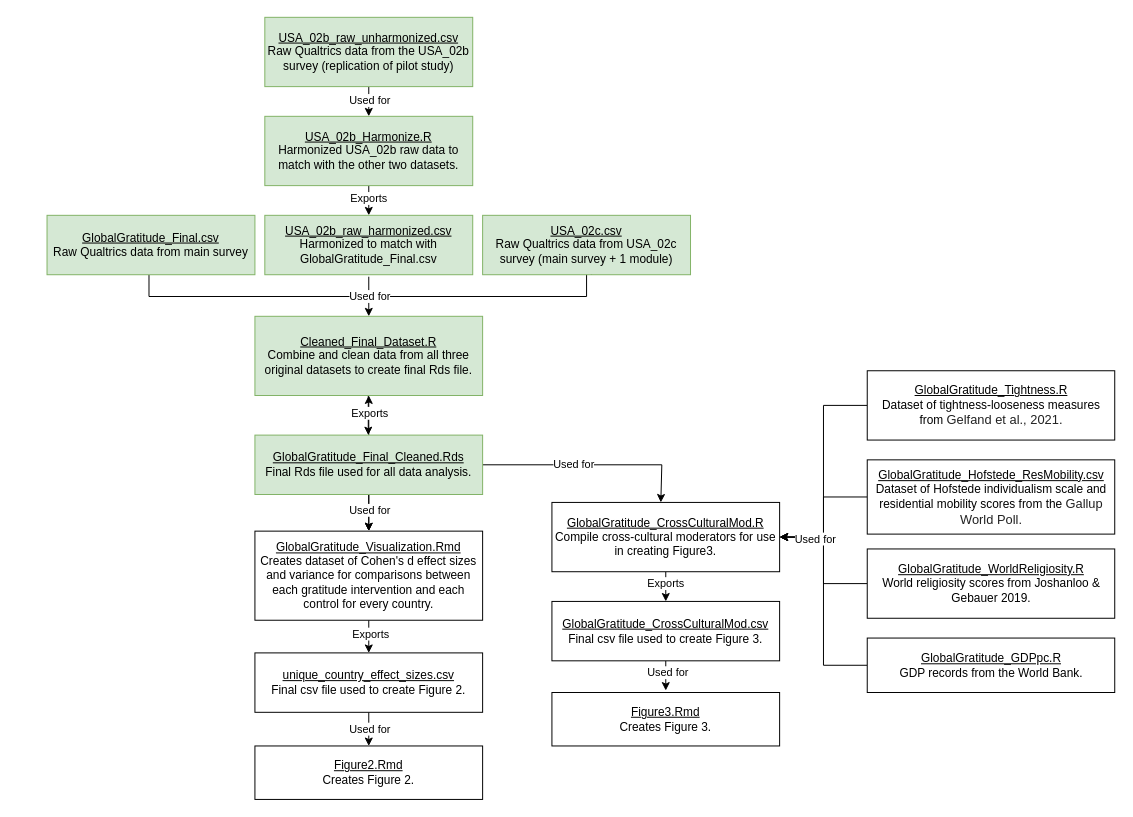
The draw.io diagram figures/GlobalGratitude_DataOrganization.drawio in Social-Science-Collaboratory/GlobalGratitudeRepo, before the edit. Source tidied: cells renumbered, new cells numbered last; positions are measured from the earlier drawing's top-left corner, leaving out a move shared by most shapes. Both pictures are drawn from the tidied source at 99%, with x=0, y=0 at pixel (47, 17).
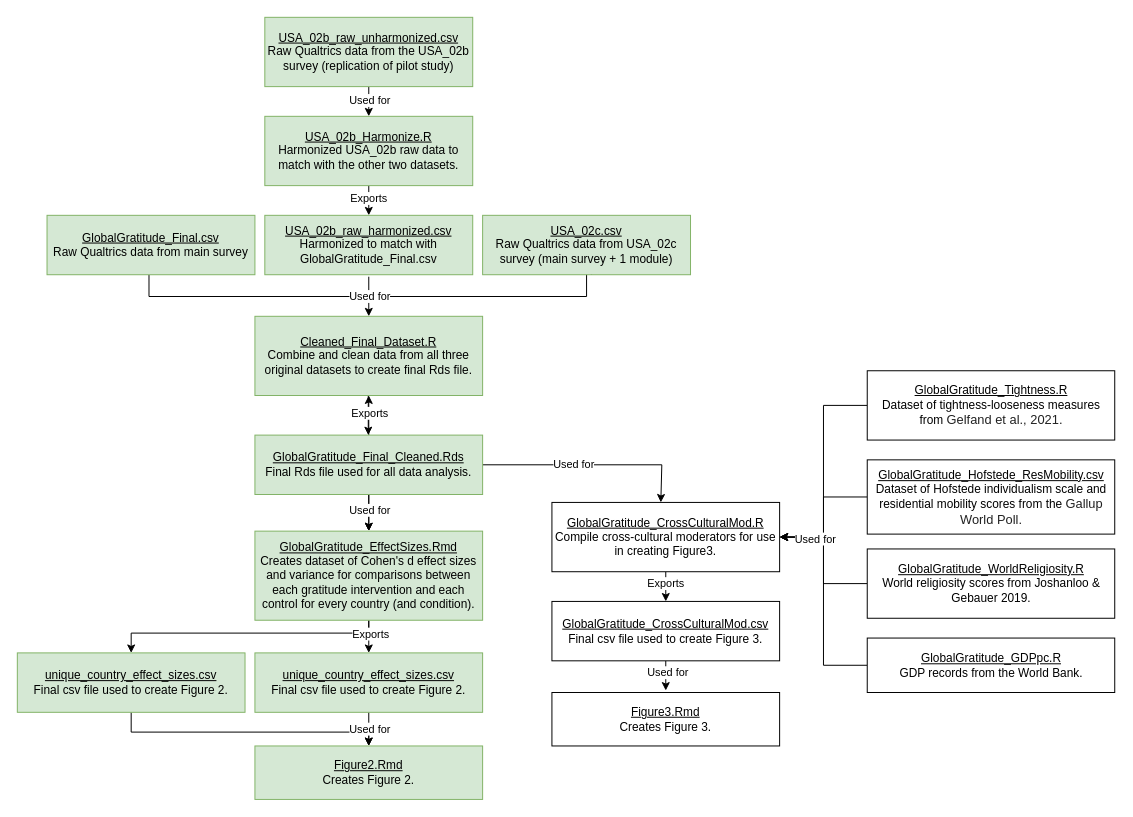
The same page after the edit.

The edit, as a diff of the source:
```diff
@@
+    <mxCell id="47" style="edgeStyle=orthogonalEdgeStyle;rounded=0;jettySize=auto;html=1;exitX=0.5;exitY=1;exitDx=0;exitDy=0;entryX=0.5;entryY=0;entryDx=0;entryDy=0;" parent="1" edge="1" source="49" target="27">
+      <mxGeometry relative="1" as="geometry">
+        <Array as="points">
+          <mxPoint x="85" y="722" />
+          <mxPoint x="325" y="722" />
+        </Array>
+      </mxGeometry>
+    </mxCell>
@@
+    <mxCell id="48" style="edgeStyle=orthogonalEdgeStyle;rounded=0;jettySize=auto;html=1;exitX=0.5;exitY=1;exitDx=0;exitDy=0;" parent="1" edge="1" source="18" target="49">
+      <mxGeometry relative="1" as="geometry">
+        <Array as="points">
+          <mxPoint x="325" y="622" />
+          <mxPoint x="85" y="622" />
+        </Array>
+      </mxGeometry>
+    </mxCell>
@@
-    <mxCell id="18" value="&lt;u&gt;GlobalGratitude_Visualization.Rmd&lt;/u&gt;&lt;div&gt;Creates dataset of Cohen's d effect sizes and variance for comparisons between each gratitude intervention and each control for every country.&lt;/div&gt;" style="rounded=0;whiteSpace=wrap;html=1;" parent="1" vertex="1">
+    <mxCell id="18" value="&lt;u&gt;GlobalGratitude_EffectSizes.Rmd&lt;/u&gt;&lt;div&gt;Creates dataset of Cohen's d effect sizes and variance for comparisons between each gratitude intervention and each control for every country (and condition).&lt;/div&gt;" style="rounded=0;whiteSpace=wrap;html=1;fillColor=#d5e8d4;strokeColor=#82b366;" parent="1" vertex="1">
       <mxGeometry x="210" y="519" width="230" height="90" as="geometry" />
     </mxCell>
@@
-    <mxCell id="21" value="&lt;u&gt;unique_country_effect_sizes.csv&lt;/u&gt;&lt;br&gt;&lt;div&gt;Final csv file used to create Figure 2.&lt;/div&gt;" style="rounded=0;whiteSpace=wrap;html=1;" parent="1" vertex="1">
+    <mxCell id="21" value="&lt;u&gt;unique_country_effect_sizes.csv&lt;/u&gt;&lt;br&gt;&lt;div&gt;Final csv file used to create Figure 2.&lt;/div&gt;" style="rounded=0;whiteSpace=wrap;html=1;fillColor=#d5e8d4;strokeColor=#82b366;" parent="1" vertex="1">
       <mxGeometry x="210" y="642" width="230" height="60" as="geometry" />
     </mxCell>
@@
-    <mxCell id="27" value="&lt;div&gt;&lt;u&gt;Figure2.Rmd&lt;/u&gt;&lt;/div&gt;&lt;div&gt;Creates Figure 2.&lt;/div&gt;" style="rounded=0;whiteSpace=wrap;html=1;" parent="1" vertex="1">
+    <mxCell id="27" value="&lt;div&gt;&lt;u&gt;Figure2.Rmd&lt;/u&gt;&lt;/div&gt;&lt;div&gt;Creates Figure 2.&lt;/div&gt;" style="rounded=0;whiteSpace=wrap;html=1;fillColor=#d5e8d4;strokeColor=#82b366;" parent="1" vertex="1">
       <mxGeometry x="210" y="736" width="230" height="54" as="geometry" />
     </mxCell>
@@
+    <mxCell id="49" value="&lt;u&gt;unique_country_effect_sizes.csv&lt;/u&gt;&lt;br&gt;&lt;div&gt;Final csv file used to create Figure 2.&lt;/div&gt;" style="rounded=0;whiteSpace=wrap;html=1;fillColor=#d5e8d4;strokeColor=#82b366;" parent="1" vertex="1">
+      <mxGeometry x="-30" y="642" width="230" height="60" as="geometry" />
+    </mxCell>
```
